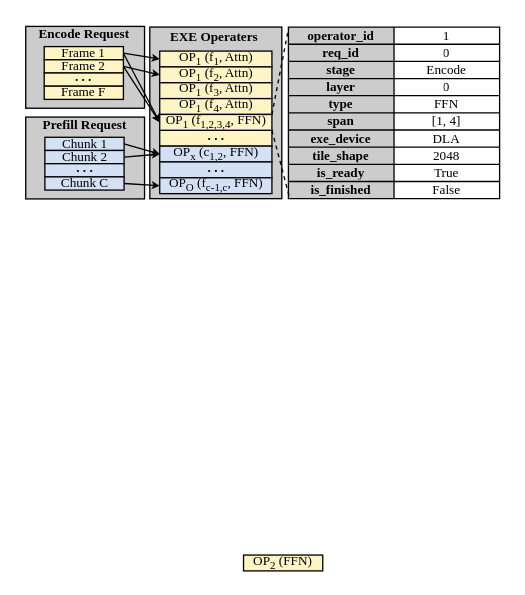
Earlier version of the draw.io diagram figures/design_tile.drawio (icszhr/hermes). Source tidied: cells renumbered, new cells numbered last; positions are measured from the earlier drawing's top-left corner, leaving out a move shared by most shapes. Both pictures are drawn from the tidied source at 132%, with x=0, y=0 at pixel (24, 22).
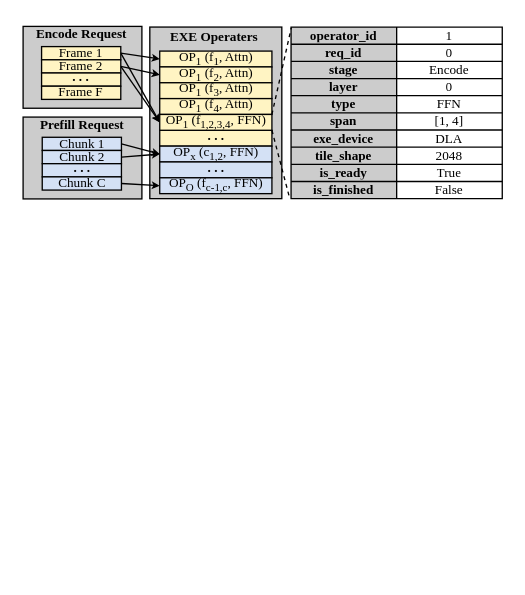
Above is the later version.

What changed in the source:
```diff
@@
     <mxCell id="2" style="shape=table;startSize=0;childLayout=tableLayout;fontFamily=Times New Roman;spacingBottom=0;spacingTop=-2;fontSize=10;fillColor=#CCCCCC;strokeColor=none;" parent="1" vertex="1">
-      <mxGeometry x="200" y="3" width="80" height="130" as="geometry" />
+      <mxGeometry x="202" y="3" width="80" height="130" as="geometry" />
     </mxCell>
@@
     <mxCell id="21" style="rounded=0;whiteSpace=wrap;html=1;fillColor=#CCCCCC;fontFamily=Times New Roman;fontSize=10;" parent="1" vertex="1">
-      <mxGeometry x="1" y="2.5" width="90" height="62" as="geometry" />
+      <mxGeometry x="-1" y="2.5" width="90" height="62" as="geometry" />
     </mxCell>
     <mxCell id="22" style="rounded=0;whiteSpace=wrap;html=1;fillColor=#CCCCCC;fontFamily=Times New Roman;fontSize=10;" parent="1" vertex="1">
-      <mxGeometry x="1" y="71.2" width="90" height="62" as="geometry" />
+      <mxGeometry x="-1" y="71.2" width="90" height="62" as="geometry" />
     </mxCell>
     <mxCell id="23" value="&lt;b&gt;Encode Request&lt;/b&gt;" style="text;html=1;whiteSpace=wrap;strokeColor=none;fillColor=none;align=center;verticalAlign=middle;rounded=0;fontFamily=Times New Roman;fontSize=10;" parent="1" vertex="1">
-      <mxGeometry x="4.5" y="2.5" width="81" height="11.8" as="geometry" />
+      <mxGeometry x="2.5" y="2.5" width="81" height="11.8" as="geometry" />
     </mxCell>
     <mxCell id="24" value="&lt;b&gt;Prefill Request&lt;/b&gt;" style="text;html=1;whiteSpace=wrap;strokeColor=none;fillColor=none;align=center;verticalAlign=middle;rounded=0;fontFamily=Times New Roman;fontSize=10;" parent="1" vertex="1">
-      <mxGeometry x="0.5" y="71.2" width="90" height="11.8" as="geometry" />
+      <mxGeometry x="-1.5" y="71.2" width="90" height="11.8" as="geometry" />
     </mxCell>
@@
     <mxCell id="26" style="shape=table;startSize=0;childLayout=tableLayout;fontFamily=Times New Roman;spacingBottom=0;spacingTop=-2;fontSize=10;fillColor=none;" parent="1" vertex="1">
-      <mxGeometry x="200" y="3" width="160" height="130" as="geometry" />
+      <mxGeometry x="202" y="3" width="160" height="130" as="geometry" />
     </mxCell>
@@
     <mxCell id="59" value="Chunk 1" style="rounded=0;whiteSpace=wrap;html=1;fillColor=#D4E1F5;fontFamily=Times New Roman;fontSize=10;spacingTop=-1;" parent="1" vertex="1">
-      <mxGeometry x="15.5" y="86.5" width="60" height="10" as="geometry" />
+      <mxGeometry x="13.5" y="86.5" width="60" height="10" as="geometry" />
     </mxCell>
@@
     <mxCell id="61" value="Chunk 2" style="rounded=0;whiteSpace=wrap;html=1;fillColor=#D4E1F5;fontFamily=Times New Roman;fontSize=10;spacingTop=-1;" parent="1" vertex="1">
-      <mxGeometry x="15.5" y="96.5" width="60" height="10" as="geometry" />
+      <mxGeometry x="13.5" y="96.5" width="60" height="10" as="geometry" />
     </mxCell>
     <mxCell id="62" value="&lt;b&gt;. . .&lt;/b&gt;" style="rounded=0;whiteSpace=wrap;html=1;fillColor=#D4E1F5;fontFamily=Times New Roman;spacing=2;spacingTop=-5;fontSize=10;" parent="1" vertex="1">
-      <mxGeometry x="15.5" y="106.5" width="60" height="10" as="geometry" />
+      <mxGeometry x="13.5" y="106.5" width="60" height="10" as="geometry" />
     </mxCell>
@@
     <mxCell id="64" value="Chunk C" style="rounded=0;whiteSpace=wrap;html=1;fillColor=#D4E1F5;fontFamily=Times New Roman;fontSize=10;spacingTop=-1;" parent="1" vertex="1">
-      <mxGeometry x="15.5" y="116.5" width="60" height="10" as="geometry" />
+      <mxGeometry x="13.5" y="116.5" width="60" height="10" as="geometry" />
     </mxCell>
@@
     <mxCell id="66" value="Frame 1" style="rounded=0;whiteSpace=wrap;html=1;fillColor=#FFF4C3;fontFamily=Times New Roman;fontSize=10;spacingTop=-1;" parent="1" vertex="1">
-      <mxGeometry x="15" y="17.8" width="60" height="10" as="geometry" />
+      <mxGeometry x="13" y="17.8" width="60" height="10" as="geometry" />
     </mxCell>
@@
     <mxCell id="69" value="Frame 2" style="rounded=0;whiteSpace=wrap;html=1;fillColor=#FFF4C3;fontFamily=Times New Roman;fontSize=10;spacingTop=-1;" parent="1" vertex="1">
-      <mxGeometry x="15" y="27.8" width="60" height="10" as="geometry" />
+      <mxGeometry x="13" y="27.8" width="60" height="10" as="geometry" />
     </mxCell>
     <mxCell id="70" value="&lt;b&gt;. . .&lt;/b&gt;" style="rounded=0;whiteSpace=wrap;html=1;fillColor=#FFF4C3;fontFamily=Times New Roman;spacing=2;spacingTop=-5;fontSize=10;" parent="1" vertex="1">
-      <mxGeometry x="15" y="37.8" width="60" height="10" as="geometry" />
+      <mxGeometry x="13" y="37.8" width="60" height="10" as="geometry" />
     </mxCell>
     <mxCell id="71" value="Frame F" style="rounded=0;whiteSpace=wrap;html=1;fillColor=#FFF4C3;fontFamily=Times New Roman;fontSize=10;spacingTop=-1;" parent="1" vertex="1">
-      <mxGeometry x="15" y="47.8" width="60" height="10" as="geometry" />
+      <mxGeometry x="13" y="47.8" width="60" height="10" as="geometry" />
     </mxCell>
@@
-    <mxCell id="73" value="OP&lt;sub&gt;2&lt;/sub&gt; (FFN)" style="rounded=0;whiteSpace=wrap;html=1;fillColor=#FFF4C3;fontFamily=Times New Roman;fontSize=10;" parent="1" vertex="1">
-      <mxGeometry x="166" y="403" width="60" height="12" as="geometry" />
-    </mxCell>
```
